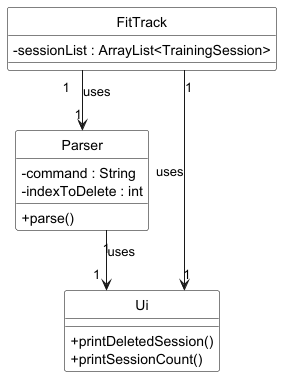
The PlantUML diagram docs/Images/Class_DeleteTrainingSession.png in nus-cs2113-AY2425S1/tp, before a commit.
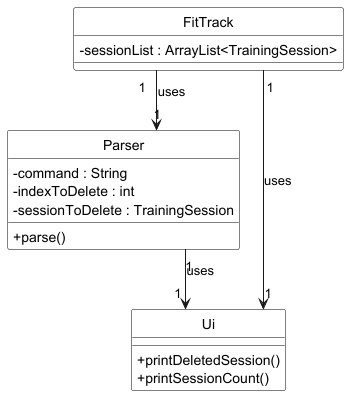
After the change.

Change to the diagram source:
```diff
@@ -12,6 +12,7 @@
 class Parser {
     -command : String
     -indexToDelete : int
+    -sessionToDelete : TrainingSession
     +parse()
 }
 
```
